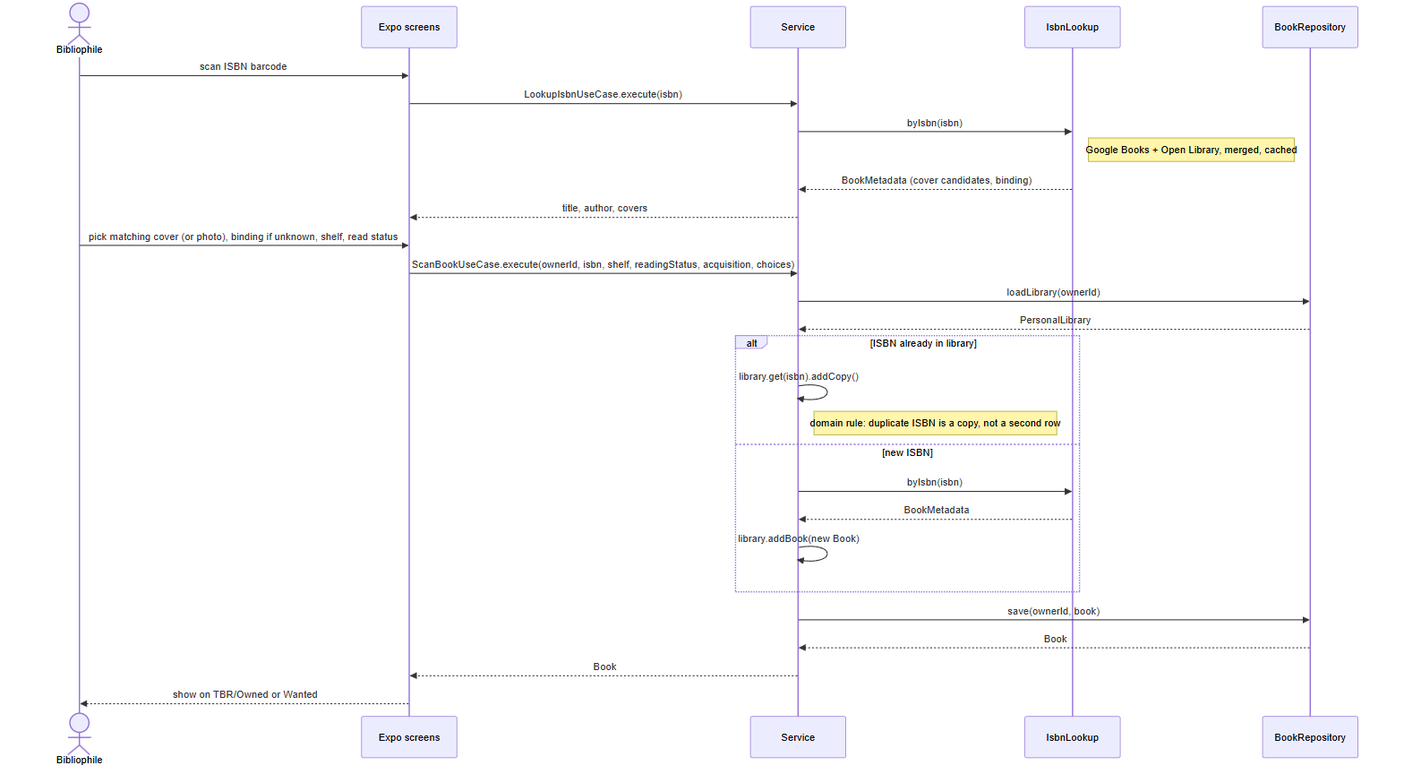
This is docs/design/figures/sequence-scan.png from ghechavarria/cen5064-project-hechavarria, a Mermaid export, as it was before one commit. Its source is kept beside it as docs/design/diagrams/sequence-scan.mmd. Source of this version:
```mermaid
sequenceDiagram
    actor U as Bibliophile
    participant UI as Expo screens
    participant S as Service
    participant L as IsbnLookup
    participant R as BookRepository
    U->>UI: scan ISBN barcode
    UI->>S: LookupIsbnUseCase.execute(isbn)
    S->>L: byIsbn(isbn)
    Note right of L: Google Books + Open Library, merged, cached
    L-->>S: BookMetadata (cover candidates, binding)
    S-->>UI: title, author, covers
    U->>UI: pick matching cover (or photo), binding if unknown, shelf, read status
    UI->>S: ScanBookUseCase.execute(ownerId, isbn, shelf, readingStatus, acquisition, choices)
    S->>R: loadLibrary(ownerId)
    R-->>S: PersonalLibrary
    alt ISBN already in library
        S->>S: library.get(isbn).addCopy()
        Note right of S: domain rule: duplicate ISBN is a copy, not a second row
    else new ISBN
        S->>L: byIsbn(isbn)
        L-->>S: BookMetadata
        S->>S: library.addBook(new Book)
    end
    S->>R: save(ownerId, book)
    R-->>S: Book
    S-->>UI: Book
    UI-->>U: show on TBR/Owned or Wanted
```
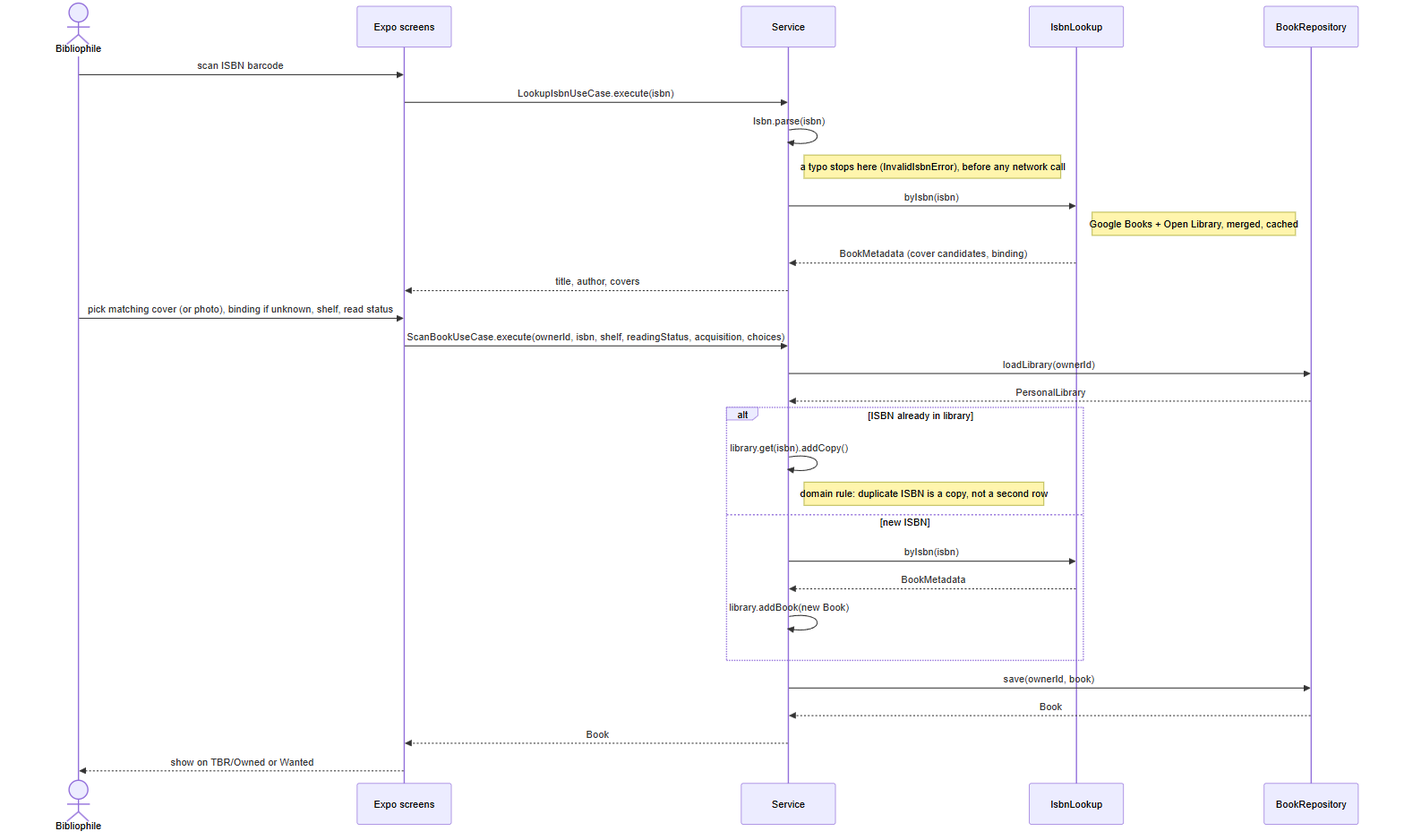
Above is the later version.

What changed in the source:
```diff
@@ -6,6 +6,8 @@
     participant R as BookRepository
     U->>UI: scan ISBN barcode
     UI->>S: LookupIsbnUseCase.execute(isbn)
+    S->>S: Isbn.parse(isbn)
+    Note right of S: a typo stops here (InvalidIsbnError), before any network call
     S->>L: byIsbn(isbn)
     Note right of L: Google Books + Open Library, merged, cached
     L-->>S: BookMetadata (cover candidates, binding)
```
